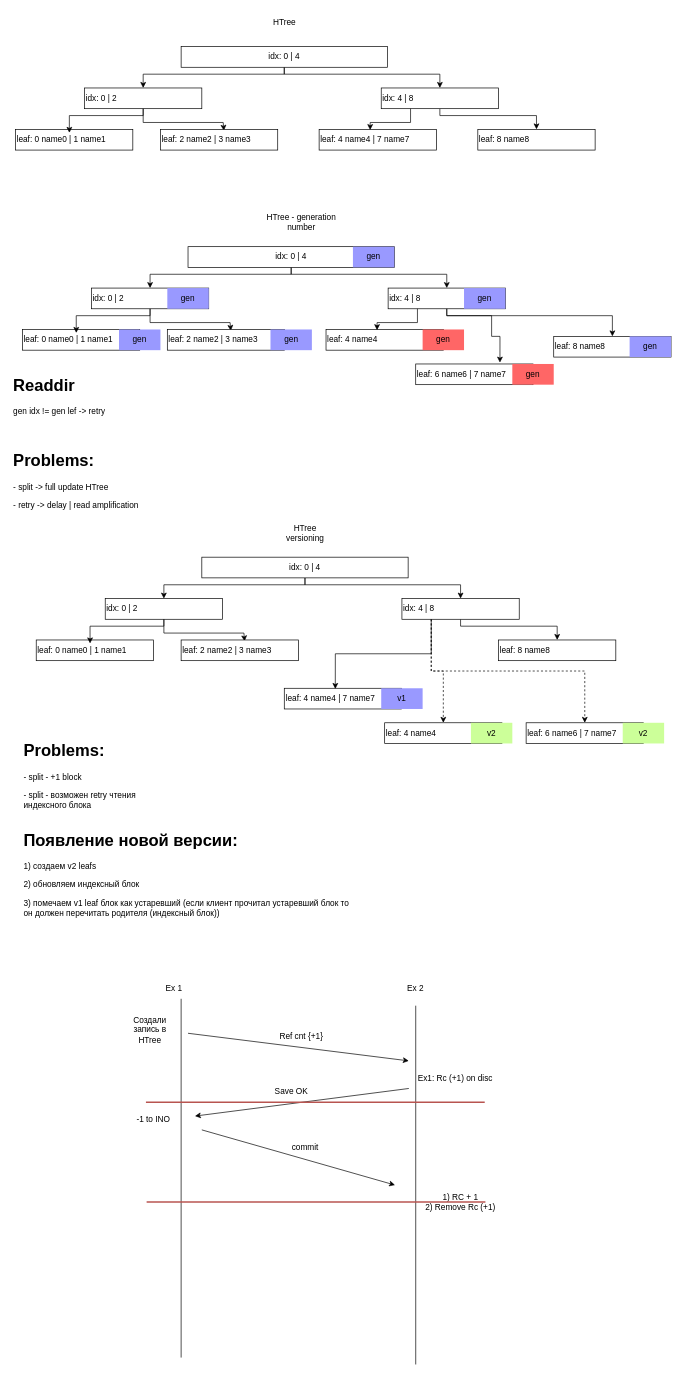
Before: htree.drawio in godzie44/drawio-dump, a draw.io diagram. Source tidied: cells renumbered, new cells numbered last; positions are measured from the earlier drawing's top-left corner, leaving out a move shared by most shapes. Both pictures are drawn from the tidied source at 69%, with x=0, y=0 at pixel (12, 12).
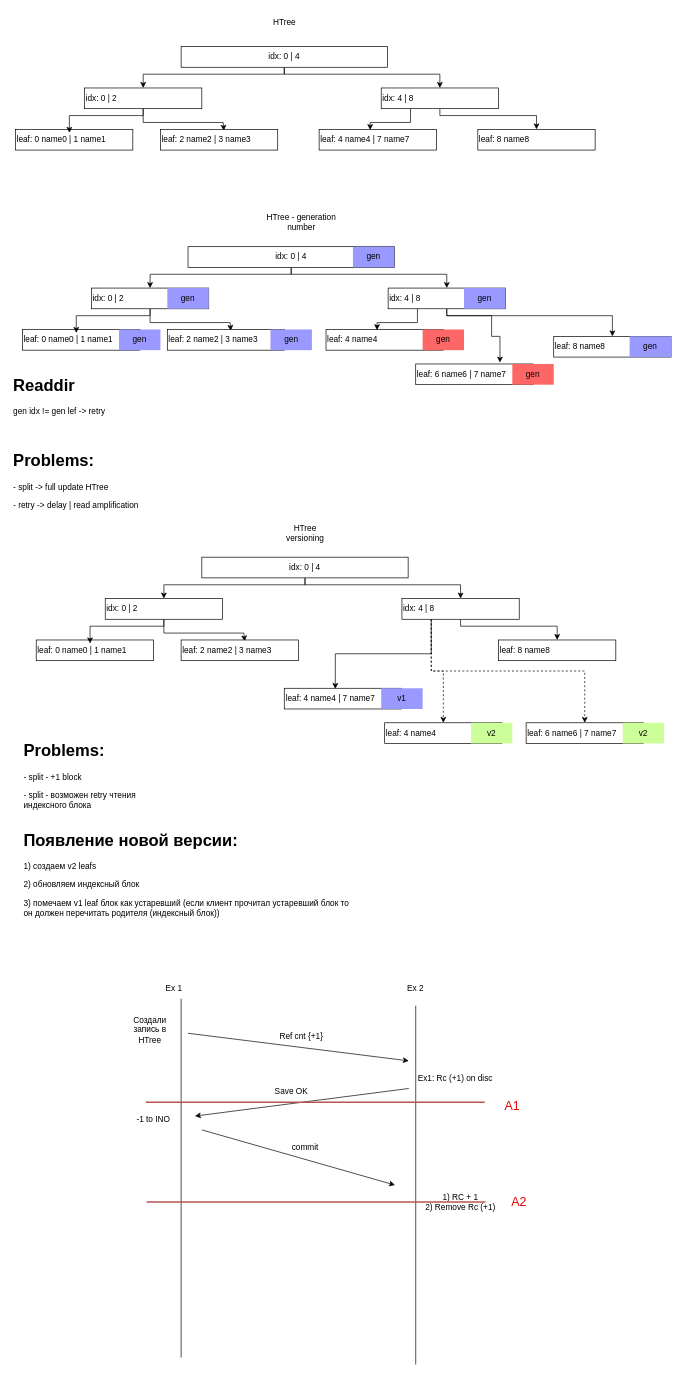
Above is the later version.

Diff of the diagram source:
```diff
@@
+    <mxCell id="81" value="A1" style="text;html=1;align=center;verticalAlign=middle;whiteSpace=wrap;rounded=0;strokeWidth=3;fontSize=18;fontColor=light-dark(#e90101, #ededed);" parent="1" vertex="1">
+      <mxGeometry x="695" y="1570" width="60" height="30" as="geometry" />
+    </mxCell>
+    <mxCell id="82" value="A2" style="text;html=1;align=center;verticalAlign=middle;whiteSpace=wrap;rounded=0;strokeWidth=3;fontSize=18;fontColor=light-dark(#e90101, #ededed);" parent="1" vertex="1">
+      <mxGeometry x="705" y="1710" width="60" height="30" as="geometry" />
+    </mxCell>
```
